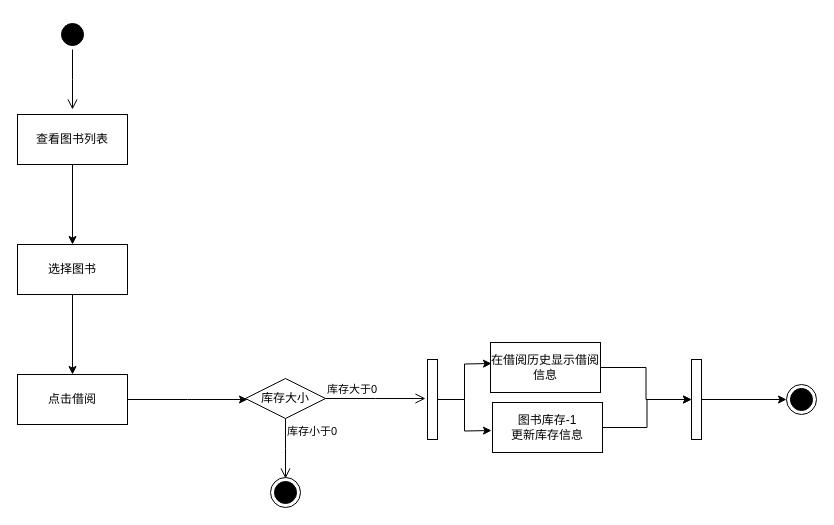
Forrest-Tao/draw.io keeps this draw.io diagram as 图书管理系统活动图.drawio. Above is the earlier version. Source tidied: cells renumbered, new cells numbered last; positions are measured from the earlier drawing's top-left corner, leaving out a move shared by most shapes. Both pictures are drawn from the tidied source at 100%, with x=0, y=0 at pixel (17, 19).
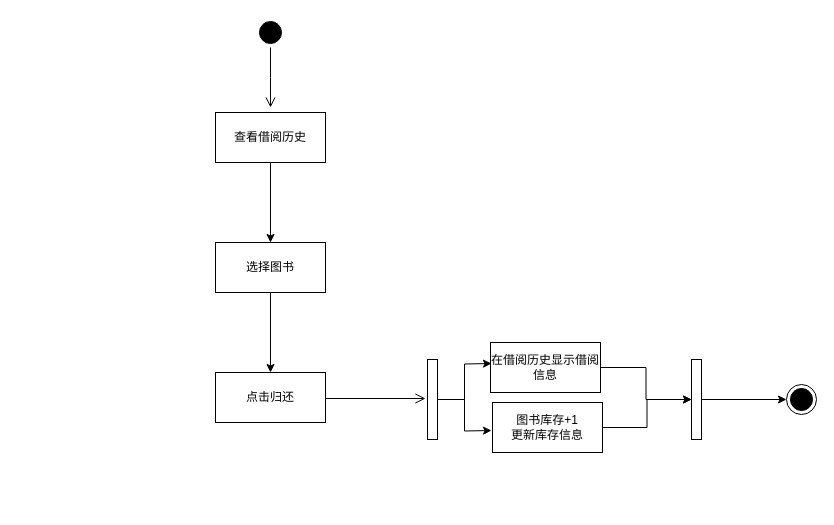
The same page after the edit.

Commit message (it also covers changes not shown here):
更新图书管理系统活动图.drawio

Change to the diagram source:
```diff
@@
     <mxCell id="2" style="ellipse;html=1;shape=startState;fillColor=#000000;" parent="1" vertex="1">
-      <mxGeometry x="40" width="30" height="30" as="geometry" />
+      <mxGeometry x="238" y="-2" width="30" height="30" as="geometry" />
     </mxCell>
     <mxCell id="3" style="edgeStyle=orthogonalEdgeStyle;html=1;verticalAlign=bottom;endArrow=open;endSize=8;rounded=0;" parent="1" edge="1" source="2">
       <mxGeometry relative="1" as="geometry">
-        <mxPoint x="55" y="90" as="targetPoint" />
+        <mxPoint x="253" y="88" as="targetPoint" />
       </mxGeometry>
     </mxCell>
@@
-    <mxCell id="5" value="查看图书列表" style="html=1;whiteSpace=wrap;" parent="1" vertex="1">
-      <mxGeometry y="95" width="110" height="50" as="geometry" />
+    <mxCell id="5" value="查看借阅历史" style="html=1;whiteSpace=wrap;" parent="1" vertex="1">
+      <mxGeometry x="198" y="93" width="110" height="50" as="geometry" />
     </mxCell>
@@
     <mxCell id="7" value="选择图书" style="html=1;whiteSpace=wrap;" parent="1" vertex="1">
-      <mxGeometry y="225" width="110" height="50" as="geometry" />
+      <mxGeometry x="198" y="223" width="110" height="50" as="geometry" />
     </mxCell>
-    <mxCell id="8" style="edgeStyle=orthogonalEdgeStyle;rounded=0;jettySize=auto;html=1;" parent="1" edge="1" source="9">
-      <mxGeometry relative="1" as="geometry">
-        <mxPoint x="230" y="380" as="targetPoint" />
-      </mxGeometry>
-    </mxCell>
-    <mxCell id="9" value="点击借阅" style="html=1;whiteSpace=wrap;" parent="1" vertex="1">
-      <mxGeometry y="355" width="110" height="50" as="geometry" />
+    <mxCell id="9" value="点击归还" style="html=1;whiteSpace=wrap;" parent="1" vertex="1">
+      <mxGeometry x="198" y="353" width="110" height="50" as="geometry" />
     </mxCell>
-    <mxCell id="10" value="库存大小" style="rhombus;whiteSpace=wrap;html=1;" parent="1" vertex="1">
-      <mxGeometry x="228" y="359" width="80" height="40" as="geometry" />
-    </mxCell>
-    <mxCell id="11" value="库存大于0" style="edgeStyle=orthogonalEdgeStyle;html=1;align=left;verticalAlign=bottom;endArrow=open;endSize=8;rounded=0;" parent="1" edge="1" source="10">
+    <mxCell id="11" style="edgeStyle=orthogonalEdgeStyle;html=1;align=left;verticalAlign=bottom;endArrow=open;endSize=8;rounded=0;" parent="1" edge="1">
       <mxGeometry x="-1" relative="1" as="geometry">
+        <mxPoint x="308" y="379" as="sourcePoint" />
         <mxPoint x="408" y="379" as="targetPoint" />
       </mxGeometry>
     </mxCell>
-    <mxCell id="12" value="库存小于0" style="edgeStyle=orthogonalEdgeStyle;html=1;align=left;verticalAlign=top;endArrow=open;endSize=8;rounded=0;" parent="1" edge="1" source="10">
-      <mxGeometry x="-1" relative="1" as="geometry">
-        <mxPoint x="268" y="459" as="targetPoint" />
-      </mxGeometry>
-    </mxCell>
-    <mxCell id="13" style="ellipse;html=1;shape=endState;fillColor=#000000;" parent="1" vertex="1">
-      <mxGeometry x="253" y="458" width="30" height="30" as="geometry" />
-    </mxCell>
@@
-    <mxCell id="20" value="图书库存-1&lt;br&gt;更新库存信息" style="html=1;whiteSpace=wrap;" parent="1" vertex="1">
+    <mxCell id="20" value="图书库存+1&lt;br&gt;更新库存信息" style="html=1;whiteSpace=wrap;" parent="1" vertex="1">
       <mxGeometry x="475" y="383" width="110" height="50" as="geometry" />
     </mxCell>
```
